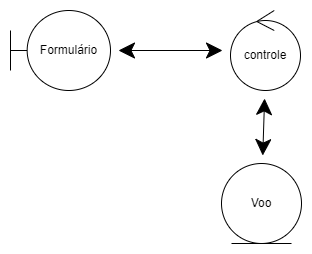
Before: assets/images/crud_voos.png, a diagram exported from draw.io (DamaralHenrique/DjangoApp). Source tidied: cells renumbered, new cells last; positions are measured from the earlier drawing's top-left corner, leaving out a move shared by most shapes.
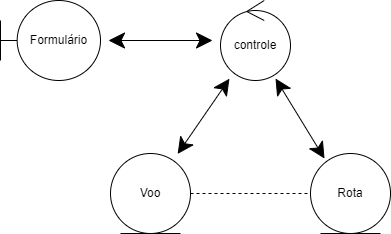
The same file after the commit.

The edit, as a diff of the source:
```diff
@@ -8,8 +8,11 @@
     <mxCell id="3" value="controle" style="ellipse;shape=umlControl;whiteSpace=wrap;html=1;" parent="1" vertex="1">
       <mxGeometry x="220" width="70" height="80" as="geometry" />
     </mxCell>
+    <mxCell id="7" style="edgeStyle=orthogonalEdgeStyle;rounded=0;jettySize=auto;html=1;entryX=0;entryY=0.5;entryDx=0;entryDy=0;dashed=1;endArrow=none;endFill=0;" parent="1" edge="1" source="4" target="8">
+      <mxGeometry relative="1" as="geometry" />
+    </mxCell>
     <mxCell id="4" value="Voo" style="ellipse;shape=umlEntity;whiteSpace=wrap;html=1;" parent="1" vertex="1">
-      <mxGeometry x="211" y="153" width="80" height="80" as="geometry" />
+      <mxGeometry x="110" y="153" width="80" height="80" as="geometry" />
     </mxCell>
     <mxCell id="5" style="edgeStyle=none;curved=1;rounded=0;jettySize=auto;html=1;startArrow=classic;startFill=1;endArrow=classic;endFill=1;startSize=14;endSize=14;sourcePerimeterSpacing=8;targetPerimeterSpacing=8;" parent="1" edge="1" source="2" target="3">
       <mxGeometry relative="1" as="geometry" />
@@ -17,5 +20,11 @@
     <mxCell id="6" style="edgeStyle=none;curved=1;rounded=0;jettySize=auto;html=1;startArrow=classic;startFill=1;endArrow=classic;endFill=1;startSize=14;endSize=14;sourcePerimeterSpacing=8;targetPerimeterSpacing=8;" parent="1" edge="1" source="3" target="4">
       <mxGeometry relative="1" as="geometry" />
     </mxCell>
+    <mxCell id="8" value="Rota" style="ellipse;shape=umlEntity;whiteSpace=wrap;html=1;" parent="1" vertex="1">
+      <mxGeometry x="310" y="153" width="80" height="80" as="geometry" />
+    </mxCell>
+    <mxCell id="9" style="edgeStyle=none;curved=1;rounded=0;jettySize=auto;html=1;startArrow=classic;startFill=1;endArrow=classic;endFill=1;startSize=14;endSize=14;sourcePerimeterSpacing=8;targetPerimeterSpacing=8;exitX=0.786;exitY=0.975;exitDx=0;exitDy=0;exitPerimeter=0;entryX=0.175;entryY=0.063;entryDx=0;entryDy=0;entryPerimeter=0;" parent="1" edge="1" source="3" target="8">
+      <mxGeometry relative="1" as="geometry" />
+    </mxCell>
   </root>
 </mxGraphModel>
```
